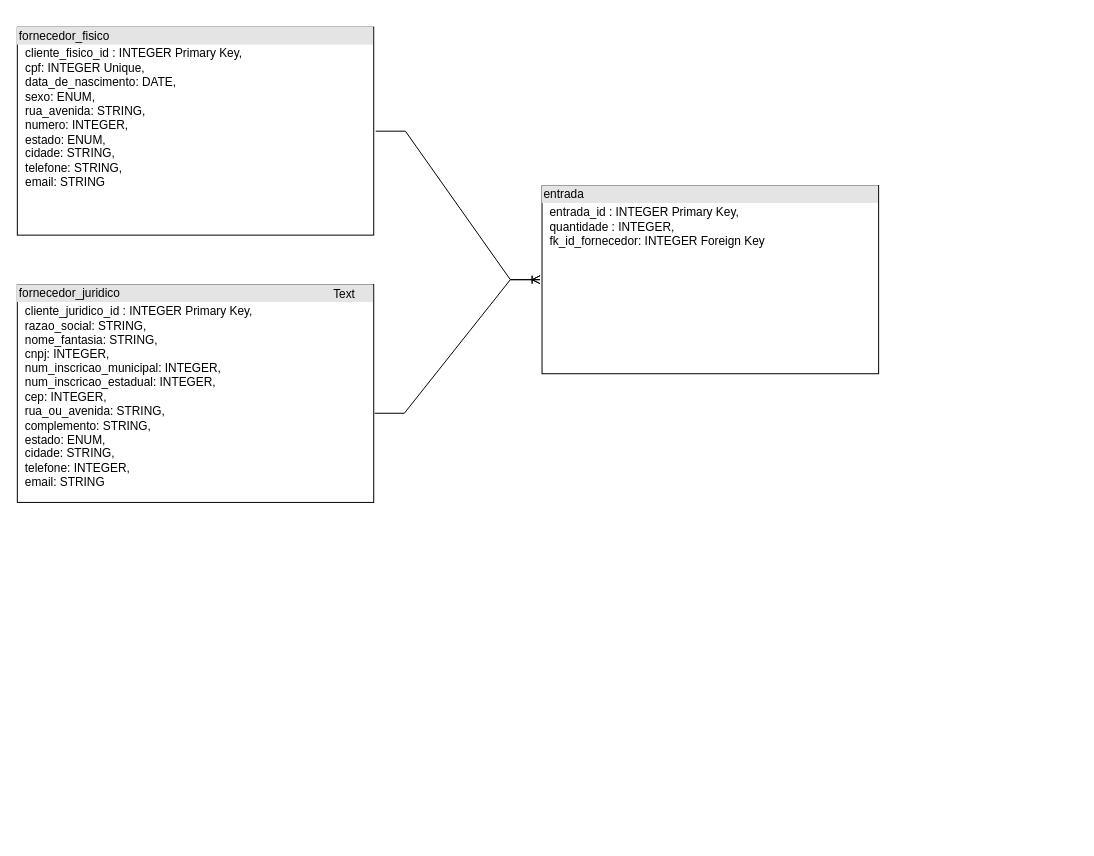
This is db.drawio.xml from Heartless-Caesar/Project_1, a draw.io file, before an edit. Source tidied: cells renumbered, new cells numbered last; positions are measured from the earlier drawing's top-left corner, leaving out a move shared by most shapes. Both pictures are drawn from the tidied source at 99%, with x=0, y=0 at pixel (17, 27).
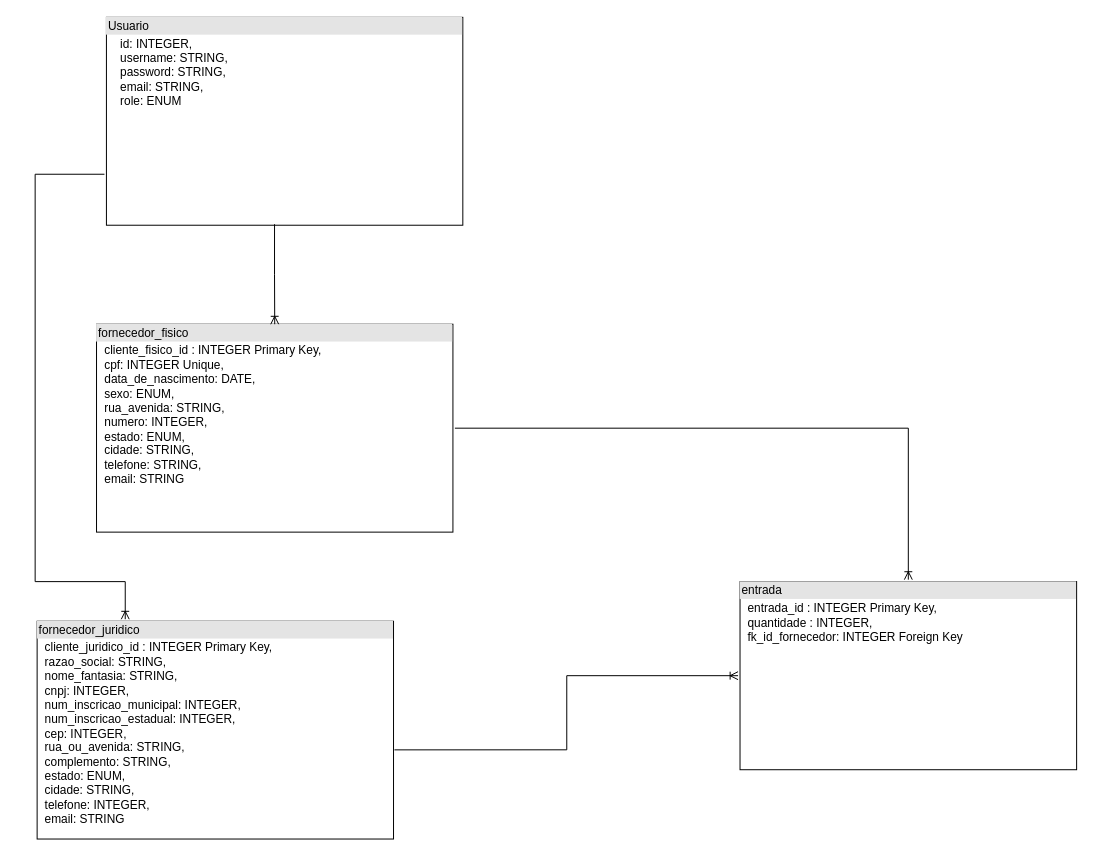
The same page after the edit.

Diff of the diagram source:
```diff
@@
 <mxGraphModel>
   <root>
     <mxCell id="0" />
     <mxCell id="1" parent="0" />
     <mxCell id="2" value="&lt;div style=&quot;box-sizing:border-box;width:100%;background:#e4e4e4;padding:2px;&quot;&gt;fornecedor_fisico&lt;/div&gt;&lt;table style=&quot;width:100%;font-size:1em;&quot; cellpadding=&quot;2&quot; cellspacing=&quot;0&quot;&gt;&lt;tbody&gt;&lt;tr&gt;&lt;td&gt;&lt;br&gt;&lt;/td&gt;&lt;td&gt;cliente_fisico_id : INTEGER Primary Key,&lt;br&gt;cpf: INTEGER Unique,&lt;br&gt;data_de_nascimento: DATE,&lt;br&gt;sexo: ENUM,&lt;br&gt;rua_avenida: STRING,&lt;br&gt;numero: INTEGER,&lt;br&gt;estado: ENUM,&lt;br&gt;cidade: STRING,&lt;br&gt;telefone: STRING,&lt;br&gt;email: STRING&lt;/td&gt;&lt;/tr&gt;&lt;tr&gt;&lt;td&gt;&lt;br&gt;&lt;br&gt;&lt;br&gt;&lt;br&gt;&lt;/td&gt;&lt;td&gt;&lt;/td&gt;&lt;/tr&gt;&lt;/tbody&gt;&lt;/table&gt;" style="verticalAlign=top;align=left;overflow=fill;html=1;perimeterSpacing=2;" parent="1" vertex="1">
-      <mxGeometry width="360" height="210" as="geometry" />
+      <mxGeometry x="80" y="300" width="360" height="210" as="geometry" />
     </mxCell>
+    <mxCell id="8" style="fontSize=12;html=1;endArrow=ERoneToMany;rounded=0;exitX=0;exitY=0.75;exitDx=0;exitDy=0;endFill=0;edgeStyle=orthogonalEdgeStyle;entryX=0.25;entryY=0;entryDx=0;entryDy=0;" parent="1" edge="1" source="9" target="3">
+      <mxGeometry relative="1" as="geometry">
+        <Array as="points">
+          <mxPoint x="18" y="148" />
+          <mxPoint x="18" y="560" />
+          <mxPoint x="109" y="560" />
+        </Array>
+      </mxGeometry>
+    </mxCell>
     <mxCell id="3" value="&lt;div style=&quot;box-sizing:border-box;width:100%;background:#e4e4e4;padding:2px;&quot;&gt;fornecedor_juridico&lt;/div&gt;&lt;table style=&quot;width:100%;font-size:1em;&quot; cellpadding=&quot;2&quot; cellspacing=&quot;0&quot;&gt;&lt;tbody&gt;&lt;tr&gt;&lt;td&gt;&lt;br&gt;&lt;/td&gt;&lt;td&gt;cliente_juridico_id : INTEGER Primary Key,&lt;br&gt;razao_social: STRING,&lt;br&gt;nome_fantasia: STRING,&lt;br&gt;cnpj: INTEGER,&lt;br&gt;num_inscricao_municipal: INTEGER,&lt;br&gt;num_inscricao_estadual: INTEGER,&lt;br&gt;cep: INTEGER,&lt;br&gt;rua_ou_avenida: STRING,&lt;br&gt;complemento: STRING,&lt;br&gt;estado: ENUM,&lt;br&gt;cidade: STRING,&lt;br&gt;telefone: INTEGER,&lt;br&gt;email: STRING&lt;/td&gt;&lt;/tr&gt;&lt;tr&gt;&lt;td&gt;&lt;br&gt;&lt;br&gt;&lt;br&gt;&lt;br&gt;&lt;/td&gt;&lt;td&gt;&lt;/td&gt;&lt;/tr&gt;&lt;/tbody&gt;&lt;/table&gt;" style="verticalAlign=top;align=left;overflow=fill;html=1;perimeterSpacing=2;" parent="1" vertex="1">
-      <mxGeometry y="260" width="360" height="220" as="geometry" />
+      <mxGeometry x="20" y="600" width="360" height="220" as="geometry" />
     </mxCell>
     <mxCell id="4" value="&lt;div style=&quot;box-sizing:border-box;width:100%;background:#e4e4e4;padding:2px;&quot;&gt;entrada&lt;/div&gt;&lt;table style=&quot;width:100%;font-size:1em;&quot; cellpadding=&quot;2&quot; cellspacing=&quot;0&quot;&gt;&lt;tbody&gt;&lt;tr&gt;&lt;td&gt;&lt;br&gt;&lt;/td&gt;&lt;td&gt;entrada_id : INTEGER Primary Key,&lt;br&gt;quantidade : INTEGER,&lt;br&gt;fk_id_fornecedor: INTEGER Foreign Key&lt;/td&gt;&lt;/tr&gt;&lt;tr&gt;&lt;td&gt;&lt;br&gt;&lt;br&gt;&lt;br&gt;&lt;br&gt;&lt;/td&gt;&lt;td&gt;&lt;/td&gt;&lt;/tr&gt;&lt;/tbody&gt;&lt;/table&gt;" style="verticalAlign=top;align=left;overflow=fill;html=1;perimeterSpacing=2;" parent="1" vertex="1">
-      <mxGeometry x="530" y="160" width="340" height="190" as="geometry" />
+      <mxGeometry x="730" y="560" width="340" height="190" as="geometry" />
     </mxCell>
-    <mxCell id="5" style="edgeStyle=entityRelationEdgeStyle;fontSize=12;html=1;endArrow=ERoneToMany;rounded=0;exitX=1;exitY=0.5;exitDx=0;exitDy=0;entryX=0;entryY=0.5;entryDx=0;entryDy=0;" parent="1" edge="1" source="2" target="4">
-      <mxGeometry relative="1" as="geometry" />
+    <mxCell id="5" style="edgeStyle=orthogonalEdgeStyle;fontSize=12;html=1;endArrow=ERoneToMany;rounded=0;exitX=1;exitY=0.5;exitDx=0;exitDy=0;entryX=0.5;entryY=0;entryDx=0;entryDy=0;" parent="1" edge="1" source="2" target="4">
+      <mxGeometry relative="1" as="geometry">
+        <Array as="points">
+          <mxPoint x="900" y="405" />
+        </Array>
+      </mxGeometry>
     </mxCell>
-    <mxCell id="6" style="edgeStyle=entityRelationEdgeStyle;fontSize=12;html=1;endArrow=ERoneToMany;rounded=0;exitX=0.997;exitY=0.589;exitDx=0;exitDy=0;exitPerimeter=0;entryX=0;entryY=0.5;entryDx=0;entryDy=0;" parent="1" edge="1" source="3" target="4">
+    <mxCell id="6" style="edgeStyle=orthogonalEdgeStyle;fontSize=12;html=1;endArrow=ERoneToMany;rounded=0;exitX=0.997;exitY=0.589;exitDx=0;exitDy=0;exitPerimeter=0;entryX=0;entryY=0.5;entryDx=0;entryDy=0;" parent="1" edge="1" source="3" target="4">
       <mxGeometry relative="1" as="geometry" />
     </mxCell>
-    <mxCell id="7" value="Text" style="text;html=1;align=center;verticalAlign=middle;strokeColor=none;fillColor=none;" parent="1" vertex="1">
-      <mxGeometry x="310" y="260" width="40" height="20" as="geometry" />
-    </mxCell>
+    <mxCell id="9" value="&lt;div style=&quot;box-sizing:border-box;width:100%;background:#e4e4e4;padding:2px;&quot;&gt;Usuario&lt;/div&gt;&lt;table style=&quot;width:100%;font-size:1em;&quot; cellpadding=&quot;2&quot; cellspacing=&quot;0&quot;&gt;&lt;tbody&gt;&lt;tr&gt;&lt;td&gt;&lt;br&gt;&lt;/td&gt;&lt;td&gt;id: INTEGER,&lt;br&gt;username: STRING,&lt;br&gt;password: STRING,&lt;br&gt;email: STRING,&lt;br&gt;role: ENUM&lt;/td&gt;&lt;/tr&gt;&lt;tr&gt;&lt;td&gt;&lt;br&gt;&lt;br&gt;&lt;br&gt;&lt;br&gt;&lt;/td&gt;&lt;td&gt;&lt;/td&gt;&lt;/tr&gt;&lt;/tbody&gt;&lt;/table&gt;" style="verticalAlign=top;align=left;overflow=fill;html=1;perimeterSpacing=2;" parent="1" vertex="1">
+      <mxGeometry x="90" y="-10" width="360" height="210" as="geometry" />
+    </mxCell>
+    <mxCell id="10" style="edgeStyle=orthogonalEdgeStyle;fontSize=12;html=1;endArrow=ERoneToMany;rounded=0;exitX=0.472;exitY=0.986;exitDx=0;exitDy=0;exitPerimeter=0;" parent="1" edge="1" source="9">
+      <mxGeometry relative="1" as="geometry">
+        <mxPoint x="260" y="300" as="targetPoint" />
+      </mxGeometry>
+    </mxCell>
   </root>
 </mxGraphModel>
```
